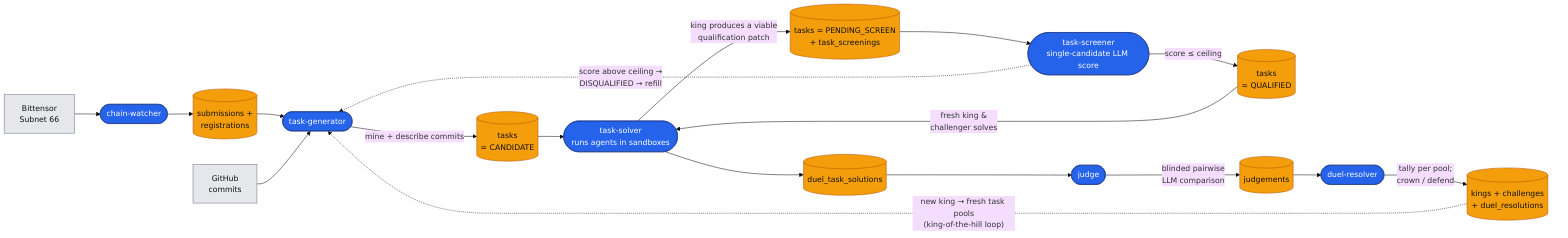
The Mermaid diagram docs/diagrams/system-overview.png in ninja-subnet/ninja-validator, before a commit. Its source is kept beside it as docs/diagrams/system-overview.mmd.
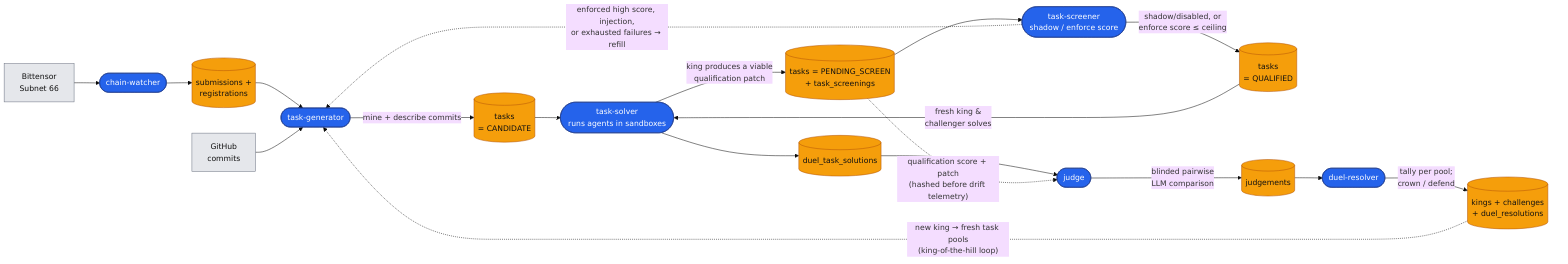
Later version of the same file.

Change to the diagram source:
```diff
@@ -6,7 +6,7 @@
     cw(["chain-watcher"])
     tg(["task-generator"])
     ts(["task-solver<br/>runs agents in sandboxes"])
-    sc(["task-screener<br/>single-candidate LLM score"])
+    sc(["task-screener<br/>shadow / enforce score"])
     jd(["judge"])
     dr(["duel-resolver"])
 
@@ -25,11 +25,12 @@
     tasks --> ts
     ts -->|"king produces a viable<br/>qualification patch"| screening
     screening --> sc
-    sc -->|"score ≤ ceiling"| qualified
-    sc -.->|"score above ceiling →<br/>DISQUALIFIED → refill"| tg
+    sc -->|"shadow/disabled, or<br/>enforce score ≤ ceiling"| qualified
+    sc -.->|"enforced high score, injection,<br/>or exhausted failures → refill"| tg
     qualified -->|"fresh king &amp;<br/>challenger solves"| ts
     ts --> solutions
     solutions --> jd
+    screening -.->|"qualification score + patch<br/>(hashed before drift telemetry)"| jd
     jd -->|"blinded pairwise<br/>LLM comparison"| judg
     judg --> dr
     dr -->|"tally per pool;<br/>crown / defend"| reign
```
